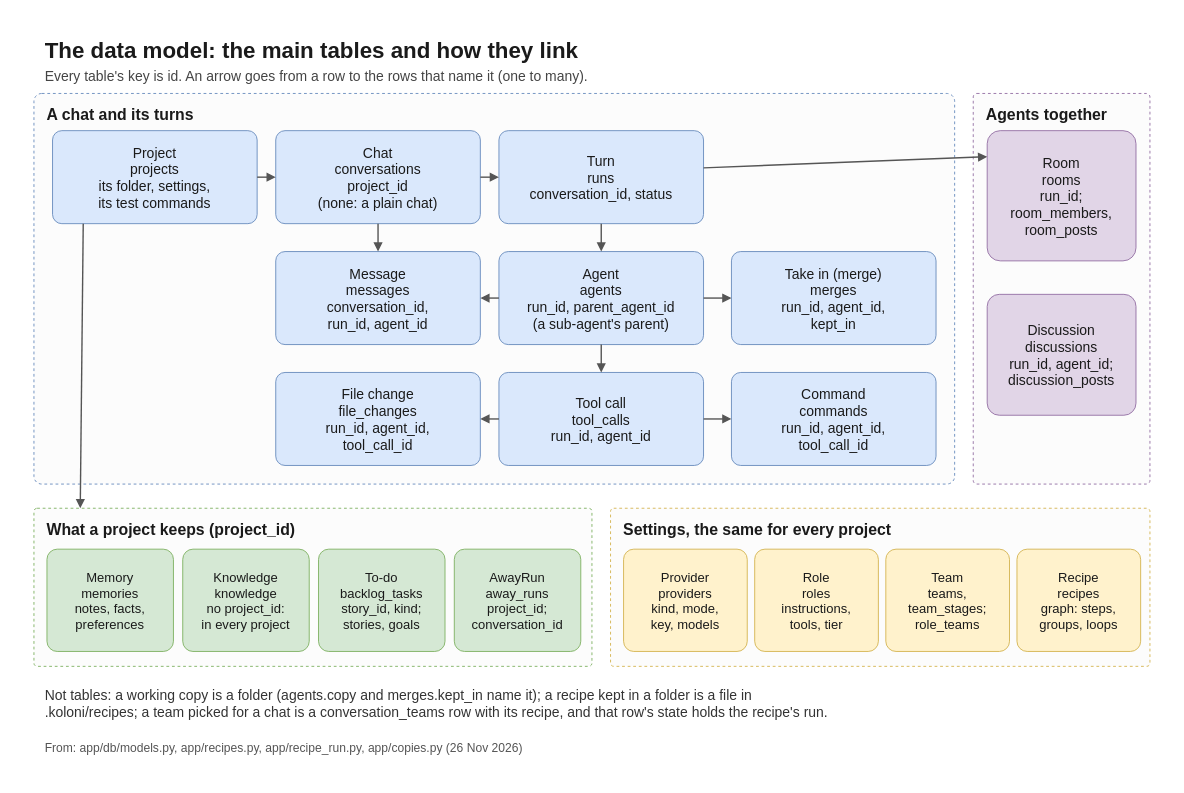
Above: docs/diagrams/data-model.drawio in flyingriverhorse/Koloni (draw.io), before the change. Source tidied: cells renumbered, new cells numbered last; positions are measured from the earlier drawing's top-left corner, leaving out a move shared by most shapes. Both pictures are drawn from the tidied source at 93%, with x=0, y=0 at pixel (15, 15).
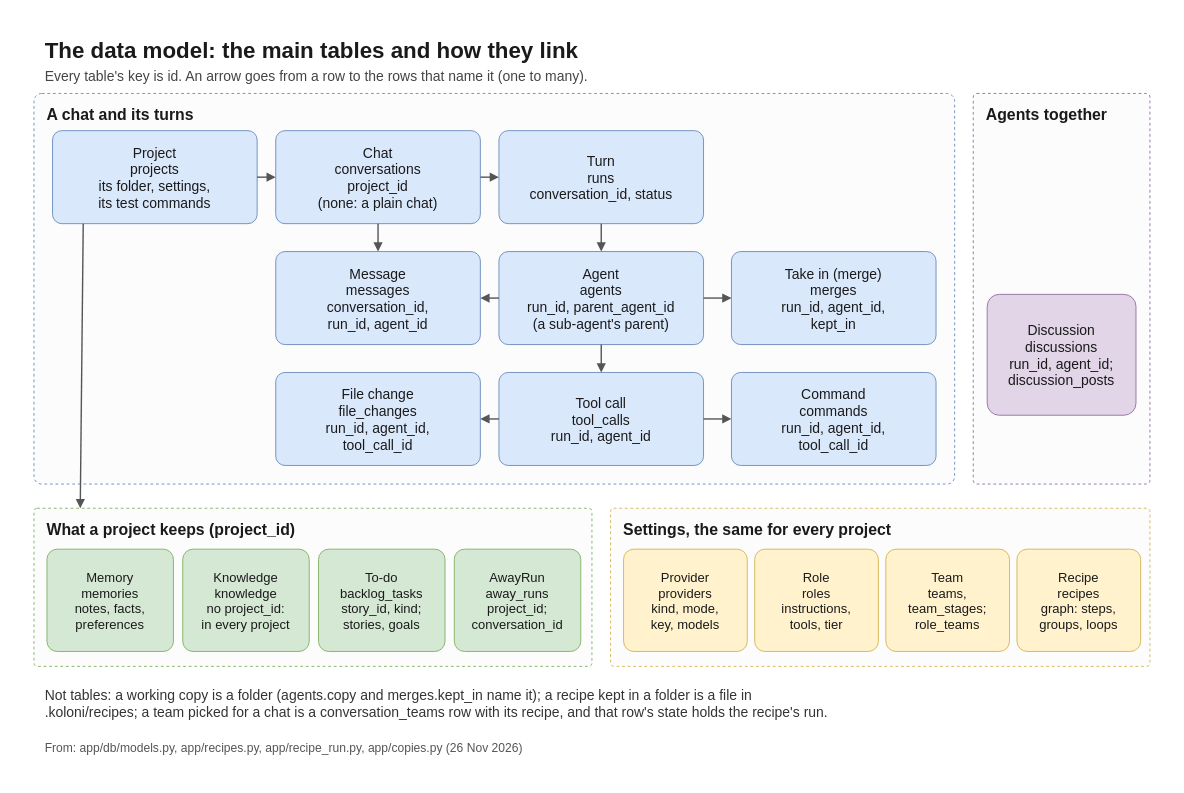
Above is the later version.

The change refers to these unchanged cells:
```xml
<mxCell id="8" value="Turn&#10;runs&#10;conversation_id, status" style="rounded=1;arcSize=10;fillColor=#dae8fc;strokeColor=#6c8ebf;fontFamily=Helvetica;fontColor=#1a1a1a;fontSize=15;spacing=6;" parent="1" vertex="1">
  <mxGeometry x="520" y="124" width="220" height="100" as="geometry" />
</mxCell>
```

The edit, as a diff of the source:
```diff
@@
-    <mxCell id="16" value="Room&#10;rooms&#10;run_id;&#10;room_members,&#10;room_posts" style="rounded=1;arcSize=10;fillColor=#e1d5e7;strokeColor=#9673a6;fontFamily=Helvetica;fontColor=#1a1a1a;fontSize=15;spacing=6;" parent="1" vertex="1">
-      <mxGeometry x="1045" y="124" width="160" height="140" as="geometry" />
-    </mxCell>
@@
-    <mxCell id="27" style="endArrow=block;endFill=1;strokeColor=#555555;strokeWidth=1.5;fontFamily=Helvetica;fontSize=15;fontColor=#333333;labelBackgroundColor=#ffffff;exitX=1;exitY=0.4;entryX=0;entryY=0.2;" parent="1" edge="1" source="8" target="16">
-      <mxGeometry relative="1" as="geometry" />
-    </mxCell>
```
